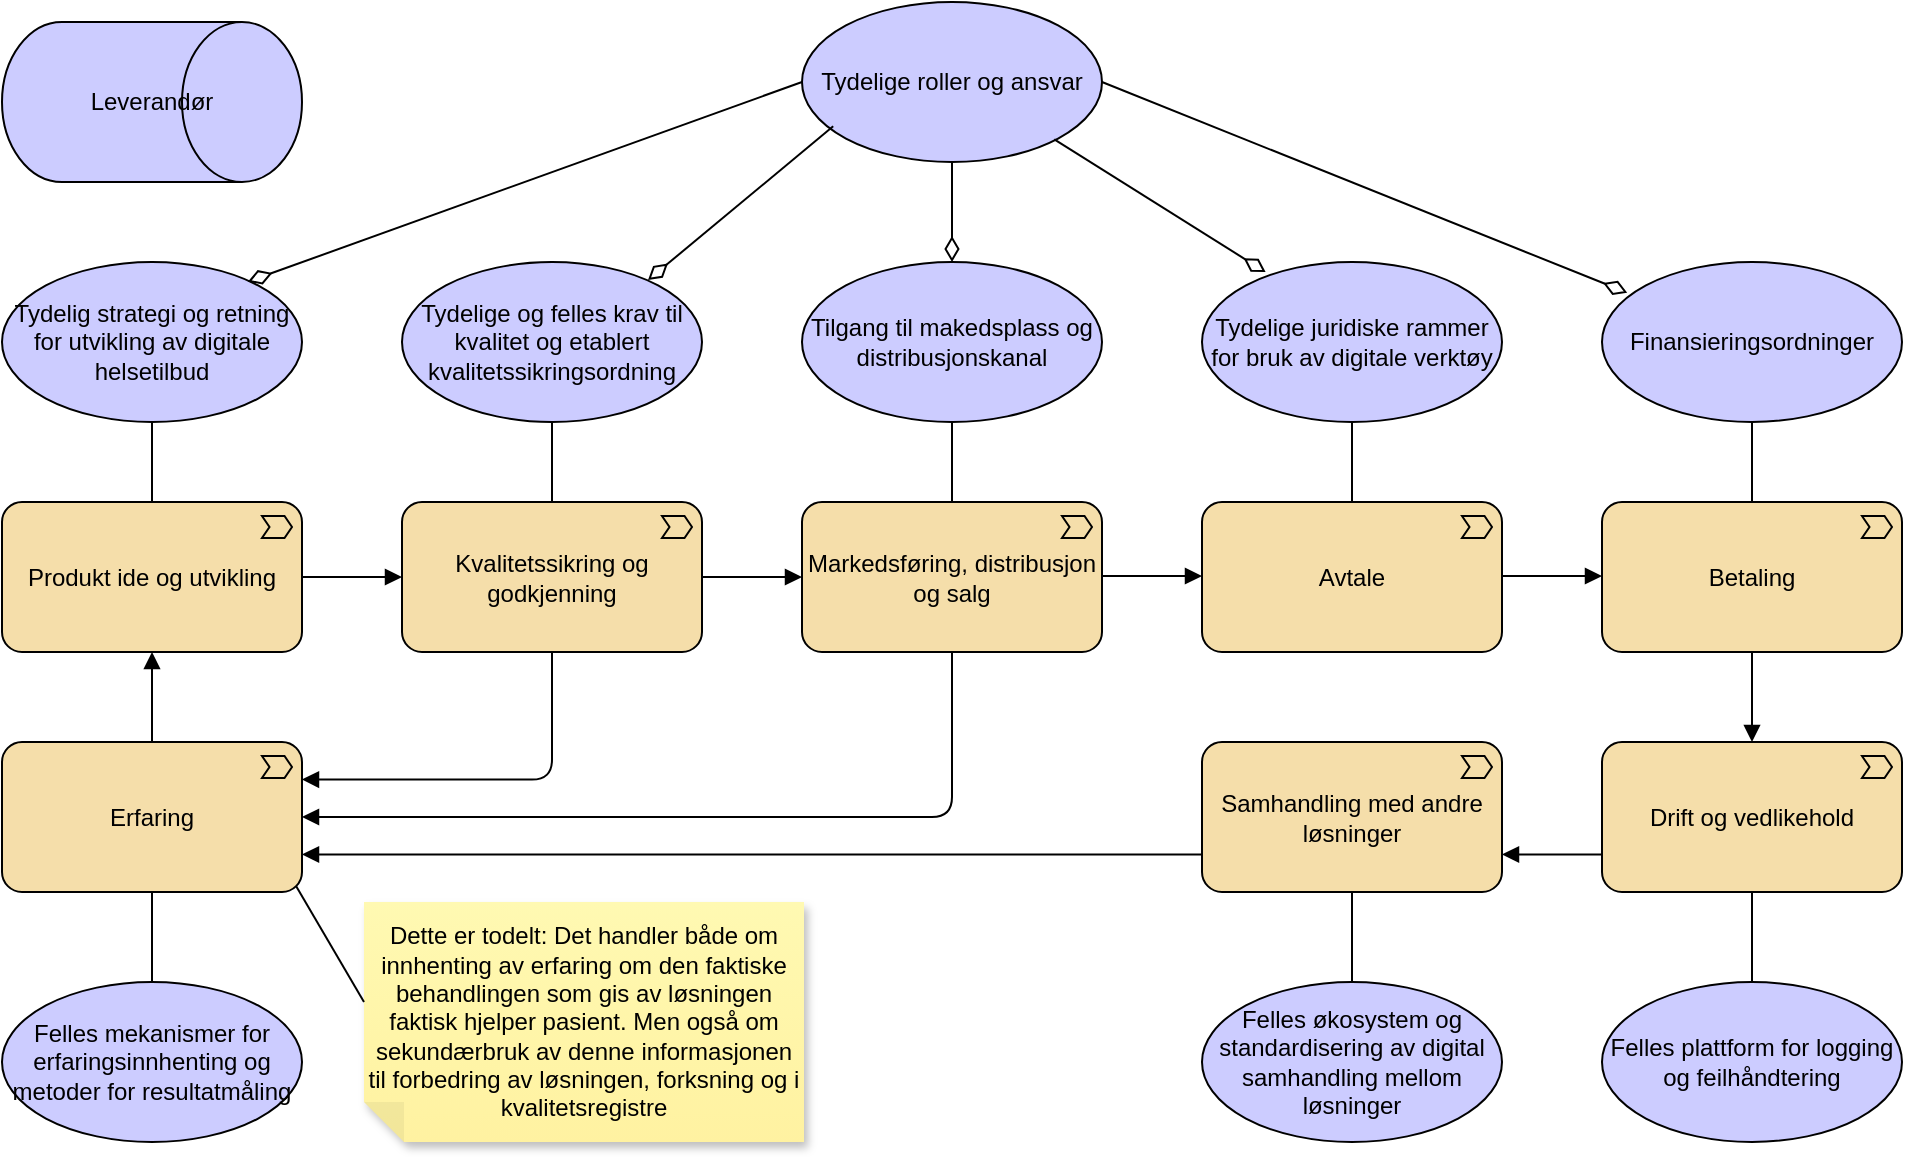
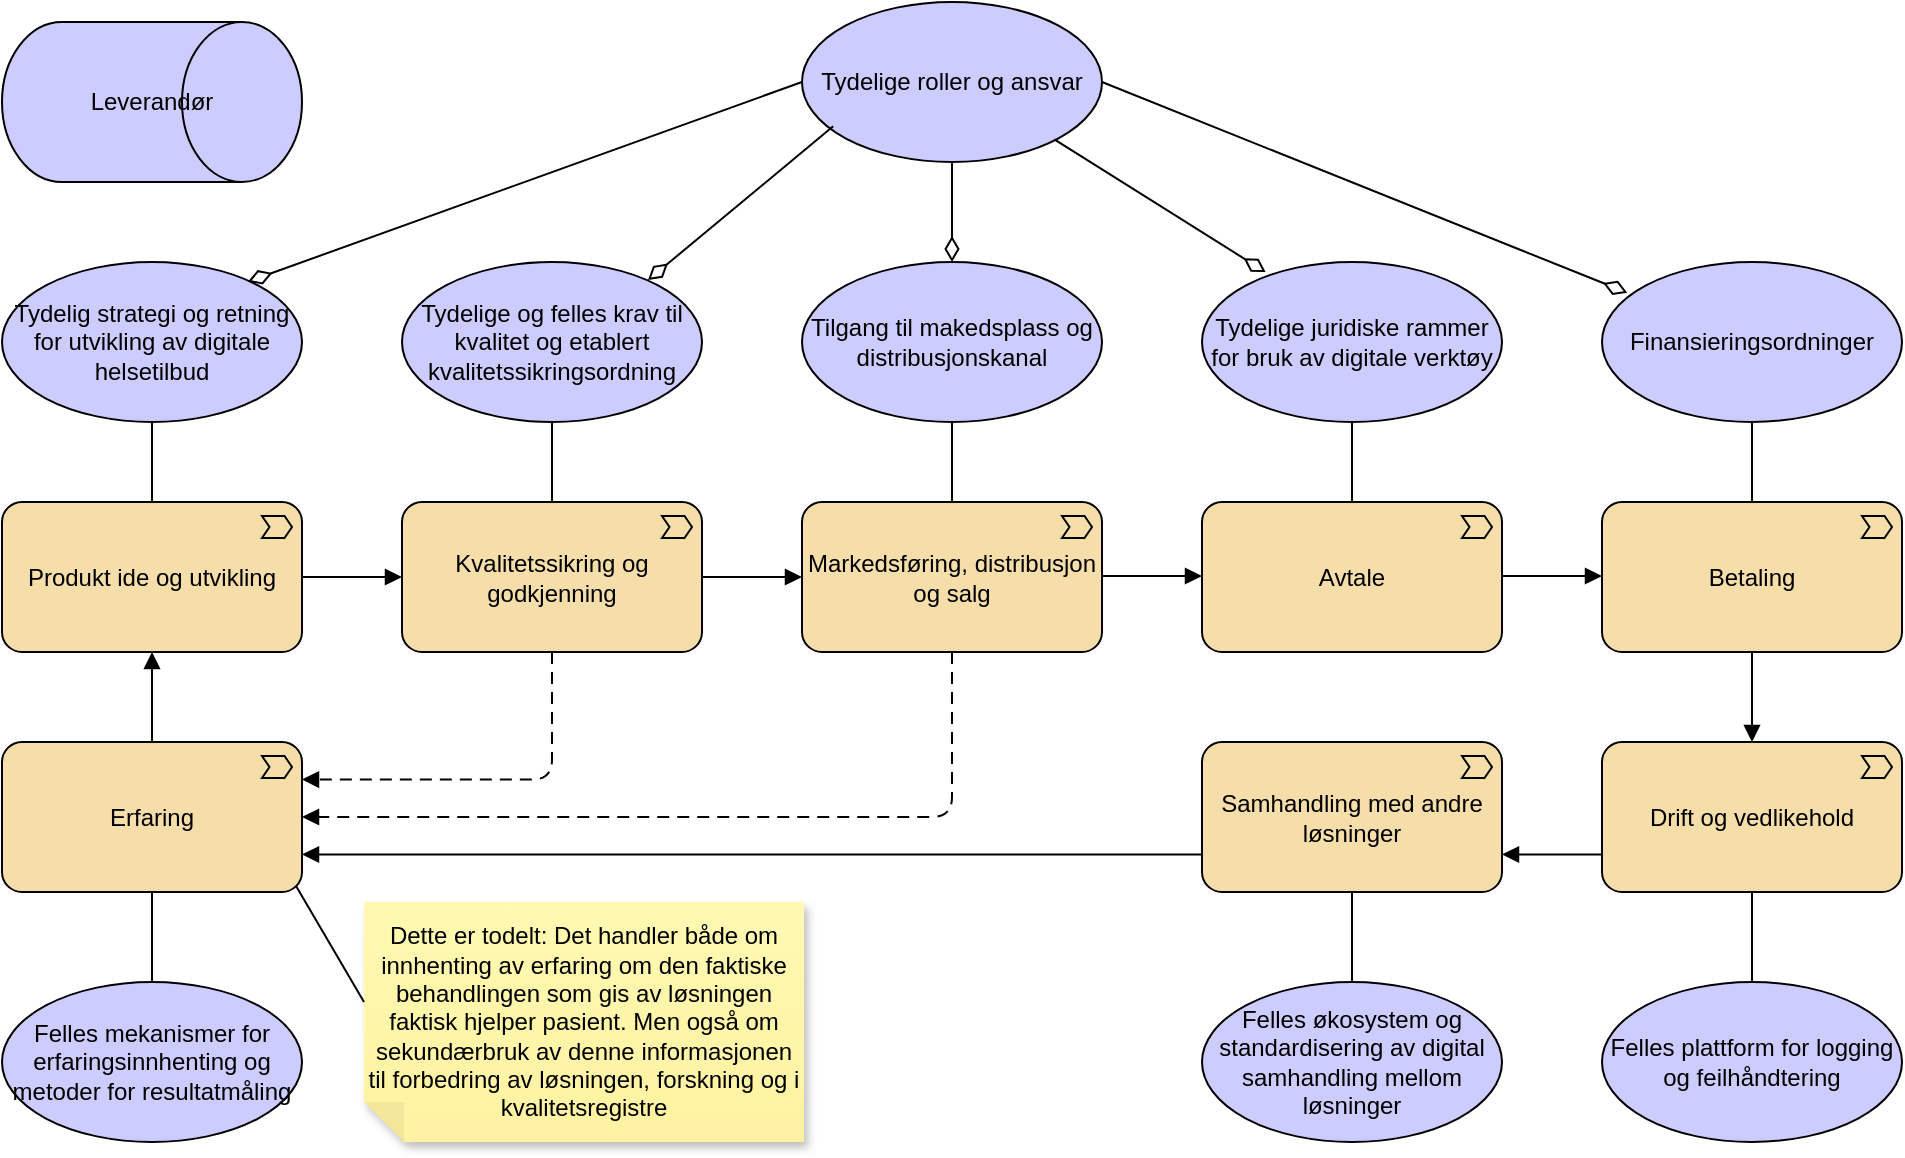
<mxfile host="65bd71144e">
    <diagram id="GwMaOcinR9aT1UnFt0KR" name="value-chain-produktutvikling">
-         <mxGraphModel dx="1461" dy="1678" grid="1" gridSize="10" guides="1" tooltips="1" connect="1" arrows="1" fold="1" page="1" pageScale="1" pageWidth="1169" pageHeight="827" math="0" shadow="0">
+         <mxGraphModel dx="1454" dy="1678" grid="1" gridSize="10" guides="1" tooltips="1" connect="1" arrows="1" fold="1" page="1" pageScale="1" pageWidth="1169" pageHeight="827" math="0" shadow="0">
            <root>
                <mxCell id="0"/>
                <mxCell id="1" parent="0"/>
                <mxCell id="2" value="Produkt ide og utvikling" style="html=1;outlineConnect=0;whiteSpace=wrap;fillColor=#F5DEAA;shape=mxgraph.archimate3.application;appType=valueStream;archiType=rounded;" parent="1" vertex="1">
                    <mxGeometry x="19" y="160" width="150" height="75" as="geometry"/>
                </mxCell>
                <mxCell id="3" value="Kvalitetssikring og godkjenning" style="html=1;outlineConnect=0;whiteSpace=wrap;fillColor=#F5DEAA;shape=mxgraph.archimate3.application;appType=valueStream;archiType=rounded;" parent="1" vertex="1">
                    <mxGeometry x="219" y="160" width="150" height="75" as="geometry"/>
                </mxCell>
                <mxCell id="5" value="Markedsføring, distribusjon og salg" style="html=1;outlineConnect=0;whiteSpace=wrap;fillColor=#F5DEAA;shape=mxgraph.archimate3.application;appType=valueStream;archiType=rounded;" parent="1" vertex="1">
                    <mxGeometry x="419" y="160" width="150" height="75" as="geometry"/>
                </mxCell>
                <mxCell id="6" value="Avtale" style="html=1;outlineConnect=0;whiteSpace=wrap;fillColor=#F5DEAA;shape=mxgraph.archimate3.application;appType=valueStream;archiType=rounded;" parent="1" vertex="1">
                    <mxGeometry x="619" y="160" width="150" height="75" as="geometry"/>
                </mxCell>
                <mxCell id="7" value="Betaling" style="html=1;outlineConnect=0;whiteSpace=wrap;fillColor=#F5DEAA;shape=mxgraph.archimate3.application;appType=valueStream;archiType=rounded;" parent="1" vertex="1">
                    <mxGeometry x="819" y="160" width="150" height="75" as="geometry"/>
                </mxCell>
                <mxCell id="8" value="Drift og vedlikehold" style="html=1;outlineConnect=0;whiteSpace=wrap;fillColor=#F5DEAA;shape=mxgraph.archimate3.application;appType=valueStream;archiType=rounded;" parent="1" vertex="1">
                    <mxGeometry x="819" y="280" width="150" height="75" as="geometry"/>
                </mxCell>
                <mxCell id="9" value="Erfaring" style="html=1;outlineConnect=0;whiteSpace=wrap;fillColor=#F5DEAA;shape=mxgraph.archimate3.application;appType=valueStream;archiType=rounded;" parent="1" vertex="1">
                    <mxGeometry x="19" y="280" width="150" height="75" as="geometry"/>
                </mxCell>
                <mxCell id="10" value="" style="edgeStyle=orthogonalEdgeStyle;html=1;endArrow=block;dashed=0;elbow=vertical;endFill=1;exitX=1;exitY=0.5;exitDx=0;exitDy=0;exitPerimeter=0;entryX=0;entryY=0.5;entryDx=0;entryDy=0;entryPerimeter=0;" parent="1" source="2" target="3" edge="1">
                    <mxGeometry width="160" relative="1" as="geometry">
                        <mxPoint x="329" y="215" as="sourcePoint"/>
                        <mxPoint x="409" y="340" as="targetPoint"/>
                    </mxGeometry>
                </mxCell>
                <mxCell id="11" value="" style="html=1;endArrow=block;dashed=0;elbow=vertical;endFill=1;exitX=1;exitY=0.5;exitDx=0;exitDy=0;exitPerimeter=0;entryX=0;entryY=0.5;entryDx=0;entryDy=0;entryPerimeter=0;" parent="1" source="3" target="5" edge="1">
                    <mxGeometry width="160" relative="1" as="geometry">
                        <mxPoint x="179" y="208" as="sourcePoint"/>
                        <mxPoint x="229" y="208" as="targetPoint"/>
                    </mxGeometry>
                </mxCell>
                <mxCell id="12" value="" style="html=1;endArrow=block;dashed=0;elbow=vertical;endFill=1;exitX=1;exitY=0.5;exitDx=0;exitDy=0;exitPerimeter=0;entryX=0;entryY=0.5;entryDx=0;entryDy=0;entryPerimeter=0;" parent="1" edge="1">
                    <mxGeometry width="160" relative="1" as="geometry">
                        <mxPoint x="569" y="197" as="sourcePoint"/>
                        <mxPoint x="619" y="197" as="targetPoint"/>
                    </mxGeometry>
                </mxCell>
                <mxCell id="13" value="" style="html=1;endArrow=block;dashed=0;elbow=vertical;endFill=1;exitX=1;exitY=0.5;exitDx=0;exitDy=0;exitPerimeter=0;entryX=0;entryY=0.5;entryDx=0;entryDy=0;entryPerimeter=0;" parent="1" edge="1">
                    <mxGeometry width="160" relative="1" as="geometry">
                        <mxPoint x="769" y="197" as="sourcePoint"/>
                        <mxPoint x="819" y="197" as="targetPoint"/>
                    </mxGeometry>
                </mxCell>
                <mxCell id="14" value="" style="html=1;endArrow=block;dashed=0;elbow=vertical;endFill=1;exitX=0.5;exitY=1;exitDx=0;exitDy=0;exitPerimeter=0;entryX=0.5;entryY=0;entryDx=0;entryDy=0;entryPerimeter=0;" parent="1" source="7" target="8" edge="1">
                    <mxGeometry width="160" relative="1" as="geometry">
                        <mxPoint x="889" y="250" as="sourcePoint"/>
                        <mxPoint x="939" y="250" as="targetPoint"/>
                    </mxGeometry>
                </mxCell>
                <mxCell id="15" value="" style="html=1;endArrow=block;dashed=0;elbow=vertical;endFill=1;exitX=0;exitY=0.75;exitDx=0;exitDy=0;exitPerimeter=0;entryX=1;entryY=0.75;entryDx=0;entryDy=0;entryPerimeter=0;" parent="1" source="25" target="9" edge="1">
                    <mxGeometry width="160" relative="1" as="geometry">
                        <mxPoint x="409" y="238" as="sourcePoint"/>
                        <mxPoint x="459" y="238" as="targetPoint"/>
                    </mxGeometry>
                </mxCell>
                <mxCell id="16" value="" style="html=1;endArrow=block;dashed=0;elbow=vertical;endFill=1;exitX=0.5;exitY=0;exitDx=0;exitDy=0;exitPerimeter=0;entryX=0.5;entryY=1;entryDx=0;entryDy=0;entryPerimeter=0;" parent="1" source="9" target="2" edge="1">
                    <mxGeometry width="160" relative="1" as="geometry">
                        <mxPoint x="419" y="248" as="sourcePoint"/>
                        <mxPoint x="469" y="248" as="targetPoint"/>
                    </mxGeometry>
                </mxCell>
-                 <mxCell id="17" value="" style="edgeStyle=orthogonalEdgeStyle;html=1;endArrow=block;dashed=0;elbow=vertical;endFill=1;exitX=0.5;exitY=1;exitDx=0;exitDy=0;exitPerimeter=0;entryX=1;entryY=0.25;entryDx=0;entryDy=0;entryPerimeter=0;" parent="1" source="3" target="9" edge="1">
-                     <mxGeometry width="160" relative="1" as="geometry">
-                         <mxPoint x="179" y="208" as="sourcePoint"/>
-                         <mxPoint x="229" y="208" as="targetPoint"/>
-                     </mxGeometry>
-                 </mxCell>
-                 <mxCell id="18" value="" style="edgeStyle=orthogonalEdgeStyle;html=1;endArrow=block;dashed=0;elbow=vertical;endFill=1;exitX=0.5;exitY=1;exitDx=0;exitDy=0;exitPerimeter=0;entryX=1;entryY=0.5;entryDx=0;entryDy=0;entryPerimeter=0;" parent="1" source="5" target="9" edge="1">
-                     <mxGeometry width="160" relative="1" as="geometry">
-                         <mxPoint x="189" y="218" as="sourcePoint"/>
-                         <mxPoint x="239" y="218" as="targetPoint"/>
-                     </mxGeometry>
-                 </mxCell>
                <mxCell id="19" value="Tydelig strategi og retning for utvikling av digitale helsetilbud" style="shape=ellipse;html=1;whiteSpace=wrap;fillColor=#CCCCFF;" parent="1" vertex="1">
                    <mxGeometry x="19" y="40" width="150" height="80" as="geometry"/>
                </mxCell>
-                 <mxCell id="20" value="Tydelige og felles krav til kvalitet og etablert kvalitetssikringsordning" style="shape=ellipse;html=1;whiteSpace=wrap;fillColor=#CCCCFF;" vertex="1" parent="1">
+                 <mxCell id="20" value="Tydelige og felles krav til kvalitet og etablert kvalitetssikringsordning" style="shape=ellipse;html=1;whiteSpace=wrap;fillColor=#CCCCFF;" parent="1" vertex="1">
                    <mxGeometry x="219" y="40" width="150" height="80" as="geometry"/>
                </mxCell>
-                 <mxCell id="21" value="Tilgang til makedsplass og distribusjonskanal" style="shape=ellipse;html=1;whiteSpace=wrap;fillColor=#CCCCFF;" vertex="1" parent="1">
+                 <mxCell id="21" value="Tilgang til makedsplass og distribusjonskanal" style="shape=ellipse;html=1;whiteSpace=wrap;fillColor=#CCCCFF;" parent="1" vertex="1">
                    <mxGeometry x="419" y="40" width="150" height="80" as="geometry"/>
                </mxCell>
-                 <mxCell id="22" value="Tydelige juridiske rammer for bruk av digitale verktøy" style="shape=ellipse;html=1;whiteSpace=wrap;fillColor=#CCCCFF;" vertex="1" parent="1">
+                 <mxCell id="22" value="Tydelige juridiske rammer for bruk av digitale verktøy" style="shape=ellipse;html=1;whiteSpace=wrap;fillColor=#CCCCFF;" parent="1" vertex="1">
                    <mxGeometry x="619" y="40" width="150" height="80" as="geometry"/>
                </mxCell>
-                 <mxCell id="23" value="Tydelige roller og ansvar" style="shape=ellipse;html=1;whiteSpace=wrap;fillColor=#CCCCFF;" vertex="1" parent="1">
+                 <mxCell id="23" value="Tydelige roller og ansvar" style="shape=ellipse;html=1;whiteSpace=wrap;fillColor=#CCCCFF;" parent="1" vertex="1">
                    <mxGeometry x="419" y="-90" width="150" height="80" as="geometry"/>
                </mxCell>
-                 <mxCell id="24" value="Finansieringsordninger" style="shape=ellipse;html=1;whiteSpace=wrap;fillColor=#CCCCFF;" vertex="1" parent="1">
+                 <mxCell id="24" value="Finansieringsordninger" style="shape=ellipse;html=1;whiteSpace=wrap;fillColor=#CCCCFF;" parent="1" vertex="1">
                    <mxGeometry x="819" y="40" width="150" height="80" as="geometry"/>
                </mxCell>
-                 <mxCell id="26" value="" style="html=1;endArrow=block;dashed=0;elbow=vertical;endFill=1;exitX=0;exitY=0.75;exitDx=0;exitDy=0;exitPerimeter=0;entryX=1;entryY=0.75;entryDx=0;entryDy=0;entryPerimeter=0;" edge="1" parent="1" source="8" target="25">
+                 <mxCell id="26" value="" style="html=1;endArrow=block;dashed=0;elbow=vertical;endFill=1;exitX=0;exitY=0.75;exitDx=0;exitDy=0;exitPerimeter=0;entryX=1;entryY=0.75;entryDx=0;entryDy=0;entryPerimeter=0;" parent="1" source="8" target="25" edge="1">
                    <mxGeometry width="160" relative="1" as="geometry">
                        <mxPoint x="819" y="336" as="sourcePoint"/>
                        <mxPoint x="169" y="336" as="targetPoint"/>
                    </mxGeometry>
                </mxCell>
-                 <mxCell id="25" value="Samhandling med andre løsninger" style="html=1;outlineConnect=0;whiteSpace=wrap;fillColor=#F5DEAA;shape=mxgraph.archimate3.application;appType=valueStream;archiType=rounded;" vertex="1" parent="1">
+                 <mxCell id="25" value="Samhandling med andre løsninger" style="html=1;outlineConnect=0;whiteSpace=wrap;fillColor=#F5DEAA;shape=mxgraph.archimate3.application;appType=valueStream;archiType=rounded;" parent="1" vertex="1">
                    <mxGeometry x="619" y="280" width="150" height="75" as="geometry"/>
                </mxCell>
-                 <mxCell id="27" value="Felles plattform for logging og feilhåndtering" style="shape=ellipse;html=1;whiteSpace=wrap;fillColor=#CCCCFF;" vertex="1" parent="1">
+                 <mxCell id="27" value="Felles plattform for logging og feilhåndtering" style="shape=ellipse;html=1;whiteSpace=wrap;fillColor=#CCCCFF;" parent="1" vertex="1">
                    <mxGeometry x="819" y="400" width="150" height="80" as="geometry"/>
                </mxCell>
-                 <mxCell id="28" value="Felles økosystem og standardisering av digital samhandling mellom løsninger" style="shape=ellipse;html=1;whiteSpace=wrap;fillColor=#CCCCFF;" vertex="1" parent="1">
+                 <mxCell id="28" value="Felles økosystem og standardisering av digital samhandling mellom løsninger" style="shape=ellipse;html=1;whiteSpace=wrap;fillColor=#CCCCFF;" parent="1" vertex="1">
                    <mxGeometry x="619" y="400" width="150" height="80" as="geometry"/>
                </mxCell>
-                 <mxCell id="29" value="Felles mekanismer for erfaringsinnhenting og metoder for resultatmåling" style="shape=ellipse;html=1;whiteSpace=wrap;fillColor=#CCCCFF;" vertex="1" parent="1">
+                 <mxCell id="29" value="Felles mekanismer for erfaringsinnhenting og metoder for resultatmåling" style="shape=ellipse;html=1;whiteSpace=wrap;fillColor=#CCCCFF;" parent="1" vertex="1">
                    <mxGeometry x="19" y="400" width="150" height="80" as="geometry"/>
                </mxCell>
-                 <mxCell id="30" value="" style="edgeStyle=elbowEdgeStyle;html=1;endArrow=none;elbow=vertical;exitX=0.5;exitY=1;exitDx=0;exitDy=0;entryX=0.5;entryY=0;entryDx=0;entryDy=0;entryPerimeter=0;" edge="1" parent="1" source="20" target="3">
+                 <mxCell id="30" value="" style="edgeStyle=elbowEdgeStyle;html=1;endArrow=none;elbow=vertical;exitX=0.5;exitY=1;exitDx=0;exitDy=0;entryX=0.5;entryY=0;entryDx=0;entryDy=0;entryPerimeter=0;" parent="1" source="20" target="3" edge="1">
                    <mxGeometry width="160" relative="1" as="geometry">
                        <mxPoint x="740" y="350" as="sourcePoint"/>
                        <mxPoint x="900" y="350" as="targetPoint"/>
                    </mxGeometry>
                </mxCell>
-                 <mxCell id="31" value="" style="edgeStyle=elbowEdgeStyle;html=1;endArrow=none;elbow=vertical;entryX=0.5;entryY=1;entryDx=0;entryDy=0;" edge="1" parent="1" target="19">
+                 <mxCell id="31" value="" style="edgeStyle=elbowEdgeStyle;html=1;endArrow=none;elbow=vertical;entryX=0.5;entryY=1;entryDx=0;entryDy=0;" parent="1" target="19" edge="1">
                    <mxGeometry width="160" relative="1" as="geometry">
                        <mxPoint x="94" y="160" as="sourcePoint"/>
                        <mxPoint x="419" y="380" as="targetPoint"/>
                    </mxGeometry>
                </mxCell>
-                 <mxCell id="32" value="" style="edgeStyle=elbowEdgeStyle;html=1;endArrow=none;elbow=vertical;exitX=0.5;exitY=1;exitDx=0;exitDy=0;entryX=0.5;entryY=0;entryDx=0;entryDy=0;entryPerimeter=0;" edge="1" parent="1" source="21" target="5">
+                 <mxCell id="32" value="" style="edgeStyle=elbowEdgeStyle;html=1;endArrow=none;elbow=vertical;exitX=0.5;exitY=1;exitDx=0;exitDy=0;entryX=0.5;entryY=0;entryDx=0;entryDy=0;entryPerimeter=0;" parent="1" source="21" target="5" edge="1">
                    <mxGeometry width="160" relative="1" as="geometry">
                        <mxPoint x="304" y="130" as="sourcePoint"/>
                        <mxPoint x="304" y="170" as="targetPoint"/>
                    </mxGeometry>
                </mxCell>
-                 <mxCell id="33" value="" style="edgeStyle=elbowEdgeStyle;html=1;endArrow=none;elbow=vertical;exitX=0.5;exitY=1;exitDx=0;exitDy=0;entryX=0.5;entryY=0;entryDx=0;entryDy=0;entryPerimeter=0;" edge="1" parent="1" source="22" target="6">
+                 <mxCell id="33" value="" style="edgeStyle=elbowEdgeStyle;html=1;endArrow=none;elbow=vertical;exitX=0.5;exitY=1;exitDx=0;exitDy=0;entryX=0.5;entryY=0;entryDx=0;entryDy=0;entryPerimeter=0;" parent="1" source="22" target="6" edge="1">
                    <mxGeometry width="160" relative="1" as="geometry">
                        <mxPoint x="314" y="140" as="sourcePoint"/>
                        <mxPoint x="314" y="180" as="targetPoint"/>
                    </mxGeometry>
                </mxCell>
-                 <mxCell id="35" value="" style="edgeStyle=elbowEdgeStyle;html=1;endArrow=none;elbow=vertical;exitX=0.5;exitY=1;exitDx=0;exitDy=0;entryX=0.5;entryY=0;entryDx=0;entryDy=0;entryPerimeter=0;" edge="1" parent="1" source="24" target="7">
+                 <mxCell id="35" value="" style="edgeStyle=elbowEdgeStyle;html=1;endArrow=none;elbow=vertical;exitX=0.5;exitY=1;exitDx=0;exitDy=0;entryX=0.5;entryY=0;entryDx=0;entryDy=0;entryPerimeter=0;" parent="1" source="24" target="7" edge="1">
                    <mxGeometry width="160" relative="1" as="geometry">
                        <mxPoint x="334" y="160" as="sourcePoint"/>
                        <mxPoint x="970" y="200" as="targetPoint"/>
                    </mxGeometry>
                </mxCell>
-                 <mxCell id="36" value="" style="edgeStyle=elbowEdgeStyle;html=1;endArrow=none;elbow=vertical;exitX=0.5;exitY=0;exitDx=0;exitDy=0;entryX=0.5;entryY=1;entryDx=0;entryDy=0;entryPerimeter=0;" edge="1" parent="1" source="27" target="8">
+                 <mxCell id="36" value="" style="edgeStyle=elbowEdgeStyle;html=1;endArrow=none;elbow=vertical;exitX=0.5;exitY=0;exitDx=0;exitDy=0;entryX=0.5;entryY=1;entryDx=0;entryDy=0;entryPerimeter=0;" parent="1" source="27" target="8" edge="1">
                    <mxGeometry width="160" relative="1" as="geometry">
                        <mxPoint x="344" y="170" as="sourcePoint"/>
                        <mxPoint x="344" y="210" as="targetPoint"/>
                    </mxGeometry>
                </mxCell>
-                 <mxCell id="37" value="" style="edgeStyle=elbowEdgeStyle;html=1;endArrow=none;elbow=vertical;exitX=0.5;exitY=0;exitDx=0;exitDy=0;entryX=0.5;entryY=1;entryDx=0;entryDy=0;entryPerimeter=0;" edge="1" parent="1" source="28" target="25">
+                 <mxCell id="37" value="" style="edgeStyle=elbowEdgeStyle;html=1;endArrow=none;elbow=vertical;exitX=0.5;exitY=0;exitDx=0;exitDy=0;entryX=0.5;entryY=1;entryDx=0;entryDy=0;entryPerimeter=0;" parent="1" source="28" target="25" edge="1">
                    <mxGeometry width="160" relative="1" as="geometry">
                        <mxPoint x="354" y="180" as="sourcePoint"/>
                        <mxPoint x="680" y="370" as="targetPoint"/>
                    </mxGeometry>
                </mxCell>
-                 <mxCell id="38" value="" style="edgeStyle=elbowEdgeStyle;html=1;endArrow=none;elbow=vertical;exitX=0.5;exitY=1;exitDx=0;exitDy=0;entryX=0.5;entryY=0;entryDx=0;entryDy=0;exitPerimeter=0;" edge="1" parent="1" source="9" target="29">
+                 <mxCell id="38" value="" style="edgeStyle=elbowEdgeStyle;html=1;endArrow=none;elbow=vertical;exitX=0.5;exitY=1;exitDx=0;exitDy=0;entryX=0.5;entryY=0;entryDx=0;entryDy=0;exitPerimeter=0;" parent="1" source="9" target="29" edge="1">
                    <mxGeometry width="160" relative="1" as="geometry">
                        <mxPoint x="364" y="190" as="sourcePoint"/>
                        <mxPoint x="364" y="230" as="targetPoint"/>
                    </mxGeometry>
                </mxCell>
-                 <mxCell id="40" value="Leverandør" style="html=1;outlineConnect=0;whiteSpace=wrap;fillColor=#CCCCFF;shape=mxgraph.archimate3.role;" vertex="1" parent="1">
+                 <mxCell id="40" value="Leverandør" style="html=1;outlineConnect=0;whiteSpace=wrap;fillColor=#CCCCFF;shape=mxgraph.archimate3.role;" parent="1" vertex="1">
                    <mxGeometry x="19" y="-80" width="150" height="80" as="geometry"/>
                </mxCell>
-                 <mxCell id="41" value="Dette er todelt: Det handler både om innhenting av erfaring om den faktiske behandlingen som gis av løsningen faktisk hjelper pasient. Men også om sekundærbruk av denne informasjonen til forbedring av løsningen, forksning og i kvalitetsregistre" style="shape=note;whiteSpace=wrap;html=1;backgroundOutline=1;fontColor=#000000;darkOpacity=0.05;fillColor=#FFF9B2;strokeColor=none;fillStyle=solid;direction=west;gradientDirection=north;gradientColor=#FFF2A1;shadow=1;size=20;pointerEvents=1;" vertex="1" parent="1">
+                 <mxCell id="41" value="Dette er todelt: Det handler både om innhenting av erfaring om den faktiske behandlingen som gis av løsningen faktisk hjelper pasient. Men også om sekundærbruk av denne informasjonen til forbedring av løsningen, forskning og i kvalitetsregistre" style="shape=note;whiteSpace=wrap;html=1;backgroundOutline=1;fontColor=#000000;darkOpacity=0.05;fillColor=#FFF9B2;strokeColor=none;fillStyle=solid;direction=west;gradientDirection=north;gradientColor=#FFF2A1;shadow=1;size=20;pointerEvents=1;" parent="1" vertex="1">
                    <mxGeometry x="200" y="360" width="220" height="120" as="geometry"/>
                </mxCell>
-                 <mxCell id="42" value="" style="html=1;endArrow=none;elbow=vertical;exitX=1;exitY=1;exitDx=-2.9;exitDy=-2.9;entryX=0;entryY=0;entryDx=220;entryDy=70;exitPerimeter=0;entryPerimeter=0;" edge="1" parent="1" source="9" target="41">
+                 <mxCell id="42" value="" style="html=1;endArrow=none;elbow=vertical;exitX=1;exitY=1;exitDx=-2.9;exitDy=-2.9;entryX=0;entryY=0;entryDx=220;entryDy=70;exitPerimeter=0;entryPerimeter=0;" parent="1" source="9" target="41" edge="1">
                    <mxGeometry width="160" relative="1" as="geometry">
                        <mxPoint x="104" y="365" as="sourcePoint"/>
                        <mxPoint x="104" y="410" as="targetPoint"/>
                    </mxGeometry>
                </mxCell>
-                 <mxCell id="44" value="" style="html=1;startArrow=diamondThin;startFill=0;elbow=vertical;startSize=10;endArrow=none;endFill=0;exitX=0.82;exitY=0.123;exitDx=0;exitDy=0;exitPerimeter=0;entryX=0;entryY=0.5;entryDx=0;entryDy=0;" edge="1" parent="1" source="19" target="23">
+                 <mxCell id="44" value="" style="html=1;startArrow=diamondThin;startFill=0;elbow=vertical;startSize=10;endArrow=none;endFill=0;exitX=0.82;exitY=0.123;exitDx=0;exitDy=0;exitPerimeter=0;entryX=0;entryY=0.5;entryDx=0;entryDy=0;" parent="1" source="19" target="23" edge="1">
                    <mxGeometry width="160" relative="1" as="geometry">
                        <mxPoint x="560" y="250" as="sourcePoint"/>
                        <mxPoint x="720" y="250" as="targetPoint"/>
                    </mxGeometry>
                </mxCell>
-                 <mxCell id="45" value="" style="html=1;startArrow=diamondThin;startFill=0;elbow=vertical;startSize=10;endArrow=none;endFill=0;exitX=0.82;exitY=0.113;exitDx=0;exitDy=0;exitPerimeter=0;entryX=0.104;entryY=0.777;entryDx=0;entryDy=0;entryPerimeter=0;" edge="1" parent="1" source="20" target="23">
+                 <mxCell id="45" value="" style="html=1;startArrow=diamondThin;startFill=0;elbow=vertical;startSize=10;endArrow=none;endFill=0;exitX=0.82;exitY=0.113;exitDx=0;exitDy=0;exitPerimeter=0;entryX=0.104;entryY=0.777;entryDx=0;entryDy=0;entryPerimeter=0;" parent="1" source="20" target="23" edge="1">
                    <mxGeometry width="160" relative="1" as="geometry">
                        <mxPoint x="152" y="60" as="sourcePoint"/>
                        <mxPoint x="430" y="-40" as="targetPoint"/>
                    </mxGeometry>
                </mxCell>
-                 <mxCell id="46" value="" style="html=1;startArrow=diamondThin;startFill=0;elbow=vertical;startSize=10;endArrow=none;endFill=0;exitX=0.5;exitY=0;exitDx=0;exitDy=0;entryX=0.5;entryY=1;entryDx=0;entryDy=0;" edge="1" parent="1" source="21" target="23">
+                 <mxCell id="46" value="" style="html=1;startArrow=diamondThin;startFill=0;elbow=vertical;startSize=10;endArrow=none;endFill=0;exitX=0.5;exitY=0;exitDx=0;exitDy=0;entryX=0.5;entryY=1;entryDx=0;entryDy=0;" parent="1" source="21" target="23" edge="1">
                    <mxGeometry width="160" relative="1" as="geometry">
                        <mxPoint x="162" y="70" as="sourcePoint"/>
                        <mxPoint x="440" y="-30" as="targetPoint"/>
                    </mxGeometry>
                </mxCell>
-                 <mxCell id="47" value="" style="html=1;startArrow=diamondThin;startFill=0;elbow=vertical;startSize=10;endArrow=none;endFill=0;exitX=0.212;exitY=0.063;exitDx=0;exitDy=0;exitPerimeter=0;entryX=0.841;entryY=0.858;entryDx=0;entryDy=0;entryPerimeter=0;" edge="1" parent="1" source="22" target="23">
+                 <mxCell id="47" value="" style="html=1;startArrow=diamondThin;startFill=0;elbow=vertical;startSize=10;endArrow=none;endFill=0;exitX=0.212;exitY=0.063;exitDx=0;exitDy=0;exitPerimeter=0;entryX=0.841;entryY=0.858;entryDx=0;entryDy=0;entryPerimeter=0;" parent="1" source="22" target="23" edge="1">
                    <mxGeometry width="160" relative="1" as="geometry">
                        <mxPoint x="172" y="80" as="sourcePoint"/>
                        <mxPoint x="450" y="-20" as="targetPoint"/>
                    </mxGeometry>
                </mxCell>
-                 <mxCell id="48" value="" style="html=1;startArrow=diamondThin;startFill=0;elbow=vertical;startSize=10;endArrow=none;endFill=0;exitX=0.084;exitY=0.192;exitDx=0;exitDy=0;exitPerimeter=0;entryX=1;entryY=0.5;entryDx=0;entryDy=0;" edge="1" parent="1" source="24" target="23">
+                 <mxCell id="48" value="" style="html=1;startArrow=diamondThin;startFill=0;elbow=vertical;startSize=10;endArrow=none;endFill=0;exitX=0.084;exitY=0.192;exitDx=0;exitDy=0;exitPerimeter=0;entryX=1;entryY=0.5;entryDx=0;entryDy=0;" parent="1" source="24" target="23" edge="1">
                    <mxGeometry width="160" relative="1" as="geometry">
                        <mxPoint x="182" y="90" as="sourcePoint"/>
                        <mxPoint x="460" y="-10" as="targetPoint"/>
+                     </mxGeometry>
+                 </mxCell>
+                 <mxCell id="49" value="" style="edgeStyle=orthogonalEdgeStyle;html=1;endArrow=block;dashed=1;elbow=vertical;endFill=1;dashPattern=6 4;exitX=0.5;exitY=1;exitDx=0;exitDy=0;exitPerimeter=0;entryX=1;entryY=0.25;entryDx=0;entryDy=0;entryPerimeter=0;" edge="1" parent="1" source="3" target="9">
+                     <mxGeometry width="160" relative="1" as="geometry">
+                         <mxPoint x="500" y="210" as="sourcePoint"/>
+                         <mxPoint x="660" y="210" as="targetPoint"/>
+                     </mxGeometry>
+                 </mxCell>
+                 <mxCell id="50" value="" style="edgeStyle=orthogonalEdgeStyle;html=1;endArrow=block;dashed=1;elbow=vertical;endFill=1;dashPattern=6 4;exitX=0.5;exitY=1;exitDx=0;exitDy=0;exitPerimeter=0;entryX=1;entryY=0.5;entryDx=0;entryDy=0;entryPerimeter=0;" edge="1" parent="1" source="5" target="9">
+                     <mxGeometry width="160" relative="1" as="geometry">
+                         <mxPoint x="304" y="245" as="sourcePoint"/>
+                         <mxPoint x="179" y="309" as="targetPoint"/>
                    </mxGeometry>
                </mxCell>
            </root>
        </mxGraphModel>
    </diagram>
</mxfile>